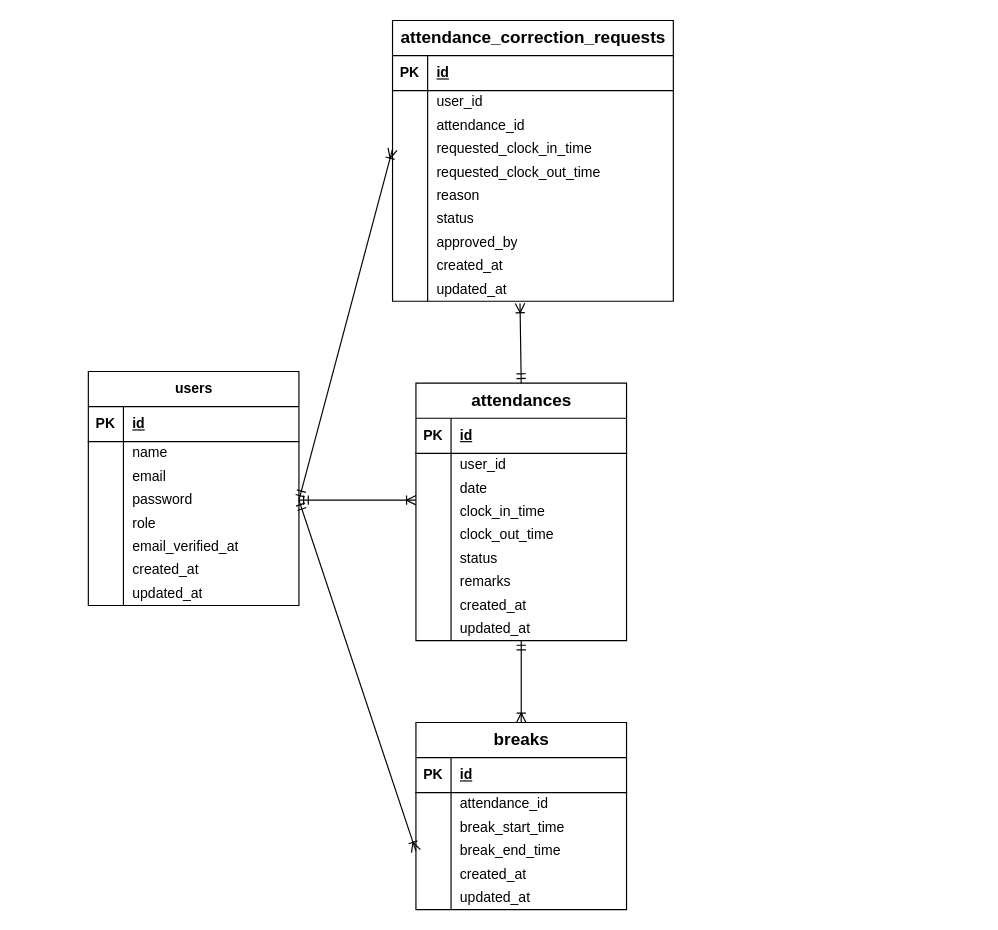
Above: er-diagram.drawio in hisashi-mamada/AttendanceApp (draw.io), before the change. Source tidied: cells renumbered, new cells numbered last; positions are measured from the earlier drawing's top-left corner, leaving out a move shared by most shapes. Both pictures are drawn from the tidied source at 117%, with x=0, y=0 at pixel (88, 20).
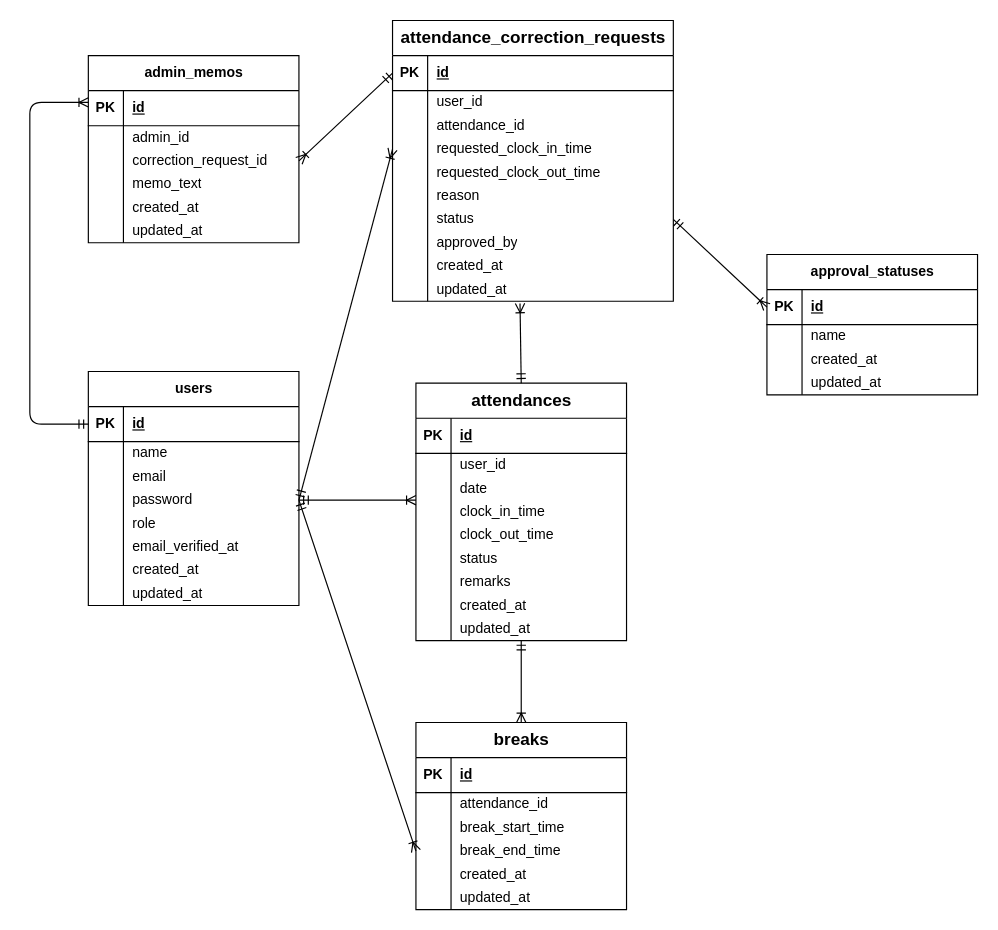
After the change.

Commit message (it also covers changes not shown here):
モデルとマイグレーションの追加、ER図更新

Unchanged cells that the change refers to:
```xml
<mxCell id="3" style="shape=tableRow;horizontal=0;startSize=0;swimlaneHead=0;swimlaneBody=0;fillColor=none;points=[[0,0.5],[1,0.5]];portConstraint=eastwest;top=0;left=0;right=0;bottom=1;" parent="2" vertex="1">
  <mxGeometry y="30" width="180" height="30" as="geometry" />
</mxCell>
<mxCell id="48" style="shape=tableRow;horizontal=0;startSize=0;swimlaneHead=0;swimlaneBody=0;fillColor=none;points=[[0,0.5],[1,0.5]];portConstraint=eastwest;top=0;left=0;right=0;bottom=1;" parent="47" vertex="1">
  <mxGeometry y="30" width="240" height="30" as="geometry" />
</mxCell>
<mxCell id="66" style="shape=tableRow;horizontal=0;startSize=0;swimlaneHead=0;swimlaneBody=0;fillColor=none;points=[[0,0.5],[1,0.5]];portConstraint=eastwest;top=0;left=0;right=0;bottom=0;" parent="47" vertex="1">
  <mxGeometry y="160" width="240" height="20" as="geometry" />
</mxCell>
```

What changed in the source:
```diff
@@
+    <mxCell id="111" value="approval_statuses" style="shape=table;startSize=30;childLayout=tableLayout;rowLines=0;fontStyle=1;align=center;html=1;" parent="1" vertex="1">
+      <mxGeometry x="580" y="200" width="180" height="120" as="geometry" />
+    </mxCell>
+    <mxCell id="112" style="shape=tableRow;horizontal=0;startSize=0;swimlaneHead=0;swimlaneBody=0;fillColor=none;points=[[0,0.5],[1,0.5]];portConstraint=eastwest;top=0;left=0;right=0;bottom=1;" parent="111" vertex="1">
+      <mxGeometry y="30" width="180" height="30" as="geometry" />
+    </mxCell>
+    <mxCell id="113" value="PK" style="shape=partialRectangle;fillColor=none;top=0;left=0;bottom=0;right=0;fontStyle=1;overflow=hidden;whiteSpace=wrap;html=1;" parent="112" vertex="1">
+      <mxGeometry width="30" height="30" as="geometry" />
+    </mxCell>
+    <mxCell id="114" value="id" style="shape=partialRectangle;fillColor=none;top=0;left=0;bottom=0;right=0;align=left;spacingLeft=6;fontStyle=5;overflow=hidden;whiteSpace=wrap;html=1;" parent="112" vertex="1">
+      <mxGeometry x="30" width="150" height="30" as="geometry" />
+    </mxCell>
+    <mxCell id="115" style="shape=tableRow;horizontal=0;startSize=0;swimlaneHead=0;swimlaneBody=0;fillColor=none;top=0;left=0;right=0;bottom=0;" parent="111" vertex="1">
+      <mxGeometry y="60" width="180" height="20" as="geometry" />
+    </mxCell>
+    <mxCell id="116" style="shape=partialRectangle;fillColor=none;top=0;left=0;bottom=0;right=0;overflow=hidden;whiteSpace=wrap;html=1;" parent="115" vertex="1">
+      <mxGeometry width="30" height="20" as="geometry" />
+    </mxCell>
+    <mxCell id="117" value="name" style="shape=partialRectangle;fillColor=none;top=0;left=0;bottom=0;right=0;align=left;spacingLeft=6;overflow=hidden;whiteSpace=wrap;html=1;" parent="115" vertex="1">
+      <mxGeometry x="30" width="150" height="20" as="geometry" />
+    </mxCell>
+    <mxCell id="118" style="shape=tableRow;horizontal=0;startSize=0;swimlaneHead=0;swimlaneBody=0;fillColor=none;top=0;left=0;right=0;bottom=0;" parent="111" vertex="1">
+      <mxGeometry y="80" width="180" height="20" as="geometry" />
+    </mxCell>
+    <mxCell id="119" style="shape=partialRectangle;fillColor=none;top=0;left=0;bottom=0;right=0;overflow=hidden;whiteSpace=wrap;html=1;" parent="118" vertex="1">
+      <mxGeometry width="30" height="20" as="geometry" />
+    </mxCell>
+    <mxCell id="120" value="&lt;span style=&quot;color: rgb(0, 0, 0);&quot;&gt;created_at&lt;/span&gt;" style="shape=partialRectangle;fillColor=none;top=0;left=0;bottom=0;right=0;align=left;spacingLeft=6;overflow=hidden;whiteSpace=wrap;html=1;" parent="118" vertex="1">
+      <mxGeometry x="30" width="150" height="20" as="geometry" />
+    </mxCell>
+    <mxCell id="121" style="shape=tableRow;horizontal=0;startSize=0;swimlaneHead=0;swimlaneBody=0;fillColor=none;top=0;left=0;right=0;bottom=0;" parent="111" vertex="1">
+      <mxGeometry y="100" width="180" height="20" as="geometry" />
+    </mxCell>
+    <mxCell id="122" style="shape=partialRectangle;fillColor=none;top=0;left=0;bottom=0;right=0;overflow=hidden;whiteSpace=wrap;html=1;" parent="121" vertex="1">
+      <mxGeometry width="30" height="20" as="geometry" />
+    </mxCell>
+    <mxCell id="123" value="&lt;span style=&quot;color: rgb(0, 0, 0);&quot;&gt;updated_at&lt;/span&gt;" style="shape=partialRectangle;fillColor=none;top=0;left=0;bottom=0;right=0;align=left;spacingLeft=6;overflow=hidden;whiteSpace=wrap;html=1;" parent="121" vertex="1">
+      <mxGeometry x="30" width="150" height="20" as="geometry" />
+    </mxCell>
+    <mxCell id="124" style="edgeStyle=none;html=1;exitX=0;exitY=0.25;exitDx=0;exitDy=0;entryX=0;entryY=0.5;entryDx=0;entryDy=0;startArrow=ERoneToMany;startFill=0;endArrow=ERmandOne;endFill=0;" parent="1" edge="1" source="125" target="3">
+      <mxGeometry relative="1" as="geometry">
+        <Array as="points">
+          <mxPoint x="-50" y="70" />
+          <mxPoint x="-50" y="345" />
+        </Array>
+      </mxGeometry>
+    </mxCell>
+    <mxCell id="125" value="admin_memos" style="shape=table;startSize=30;childLayout=tableLayout;rowLines=0;fontStyle=1;align=center;html=1;" parent="1" vertex="1">
+      <mxGeometry y="30" width="180" height="160" as="geometry" />
+    </mxCell>
+    <mxCell id="126" style="shape=tableRow;horizontal=0;startSize=0;swimlaneHead=0;swimlaneBody=0;fillColor=none;top=0;left=0;right=0;bottom=1;" parent="125" vertex="1">
+      <mxGeometry y="30" width="180" height="30" as="geometry" />
+    </mxCell>
+    <mxCell id="127" value="PK" style="shape=partialRectangle;fillColor=none;top=0;left=0;bottom=0;right=0;fontStyle=1;overflow=hidden;whiteSpace=wrap;html=1;" parent="126" vertex="1">
+      <mxGeometry width="30" height="30" as="geometry" />
+    </mxCell>
+    <mxCell id="128" value="id" style="shape=partialRectangle;fillColor=none;top=0;left=0;bottom=0;right=0;align=left;spacingLeft=6;fontStyle=5;overflow=hidden;whiteSpace=wrap;html=1;" parent="126" vertex="1">
+      <mxGeometry x="30" width="150" height="30" as="geometry" />
+    </mxCell>
+    <mxCell id="129" style="shape=tableRow;horizontal=0;startSize=0;swimlaneHead=0;swimlaneBody=0;fillColor=none;top=0;left=0;right=0;bottom=0;" parent="125" vertex="1">
+      <mxGeometry y="60" width="180" height="20" as="geometry" />
+    </mxCell>
+    <mxCell id="130" style="shape=partialRectangle;fillColor=none;top=0;left=0;bottom=0;right=0;overflow=hidden;whiteSpace=wrap;html=1;" parent="129" vertex="1">
+      <mxGeometry width="30" height="20" as="geometry" />
+    </mxCell>
+    <mxCell id="131" value="admin_id" style="shape=partialRectangle;fillColor=none;top=0;left=0;bottom=0;right=0;align=left;spacingLeft=6;overflow=hidden;whiteSpace=wrap;html=1;" parent="129" vertex="1">
+      <mxGeometry x="30" width="150" height="20" as="geometry" />
+    </mxCell>
+    <mxCell id="132" style="shape=tableRow;horizontal=0;startSize=0;swimlaneHead=0;swimlaneBody=0;fillColor=none;points=[[0,0.5],[1,0.5]];portConstraint=eastwest;top=0;left=0;right=0;bottom=0;" parent="125" vertex="1">
+      <mxGeometry y="80" width="180" height="20" as="geometry" />
+    </mxCell>
+    <mxCell id="133" style="shape=partialRectangle;fillColor=none;top=0;left=0;bottom=0;right=0;overflow=hidden;whiteSpace=wrap;html=1;" parent="132" vertex="1">
+      <mxGeometry width="30" height="20" as="geometry" />
+    </mxCell>
+    <mxCell id="134" value="correction_request_id" style="shape=partialRectangle;fillColor=none;top=0;left=0;bottom=0;right=0;align=left;spacingLeft=6;overflow=hidden;whiteSpace=wrap;html=1;" parent="132" vertex="1">
+      <mxGeometry x="30" width="150" height="20" as="geometry" />
+    </mxCell>
+    <mxCell id="135" style="shape=tableRow;horizontal=0;startSize=0;swimlaneHead=0;swimlaneBody=0;fillColor=none;top=0;left=0;right=0;bottom=0;" parent="125" vertex="1">
+      <mxGeometry y="100" width="180" height="20" as="geometry" />
+    </mxCell>
+    <mxCell id="136" style="shape=partialRectangle;fillColor=none;top=0;left=0;bottom=0;right=0;overflow=hidden;whiteSpace=wrap;html=1;" parent="135" vertex="1">
+      <mxGeometry width="30" height="20" as="geometry" />
+    </mxCell>
+    <mxCell id="137" value="memo_text" style="shape=partialRectangle;fillColor=none;top=0;left=0;bottom=0;right=0;align=left;spacingLeft=6;overflow=hidden;whiteSpace=wrap;html=1;" parent="135" vertex="1">
+      <mxGeometry x="30" width="150" height="20" as="geometry" />
+    </mxCell>
+    <mxCell id="138" style="shape=tableRow;horizontal=0;startSize=0;swimlaneHead=0;swimlaneBody=0;fillColor=none;top=0;left=0;right=0;bottom=0;" parent="125" vertex="1">
+      <mxGeometry y="120" width="180" height="20" as="geometry" />
+    </mxCell>
+    <mxCell id="139" style="shape=partialRectangle;fillColor=none;top=0;left=0;bottom=0;right=0;overflow=hidden;whiteSpace=wrap;html=1;" parent="138" vertex="1">
+      <mxGeometry width="30" height="20" as="geometry" />
+    </mxCell>
+    <mxCell id="140" value="created_at" style="shape=partialRectangle;fillColor=none;top=0;left=0;bottom=0;right=0;align=left;spacingLeft=6;overflow=hidden;whiteSpace=wrap;html=1;" parent="138" vertex="1">
+      <mxGeometry x="30" width="150" height="20" as="geometry" />
+    </mxCell>
+    <mxCell id="141" style="shape=tableRow;horizontal=0;startSize=0;swimlaneHead=0;swimlaneBody=0;fillColor=none;top=0;left=0;right=0;bottom=0;" parent="125" vertex="1">
+      <mxGeometry y="140" width="180" height="20" as="geometry" />
+    </mxCell>
+    <mxCell id="142" style="shape=partialRectangle;fillColor=none;top=0;left=0;bottom=0;right=0;overflow=hidden;whiteSpace=wrap;html=1;" parent="141" vertex="1">
+      <mxGeometry width="30" height="20" as="geometry" />
+    </mxCell>
+    <mxCell id="143" value="updated_at" style="shape=partialRectangle;fillColor=none;top=0;left=0;bottom=0;right=0;align=left;spacingLeft=6;overflow=hidden;whiteSpace=wrap;html=1;" parent="141" vertex="1">
+      <mxGeometry x="30" width="150" height="20" as="geometry" />
+    </mxCell>
+    <mxCell id="144" style="edgeStyle=none;html=1;exitX=1;exitY=0.5;exitDx=0;exitDy=0;entryX=0;entryY=0.5;entryDx=0;entryDy=0;startArrow=ERmandOne;startFill=0;endArrow=ERoneToMany;endFill=0;" parent="1" edge="1" source="66" target="112">
+      <mxGeometry relative="1" as="geometry" />
+    </mxCell>
+    <mxCell id="145" style="edgeStyle=none;html=1;exitX=1;exitY=0.5;exitDx=0;exitDy=0;entryX=0;entryY=0.5;entryDx=0;entryDy=0;startArrow=ERoneToMany;startFill=0;endArrow=ERmandOne;endFill=0;" parent="1" edge="1" source="132" target="48">
+      <mxGeometry relative="1" as="geometry" />
+    </mxCell>
```
